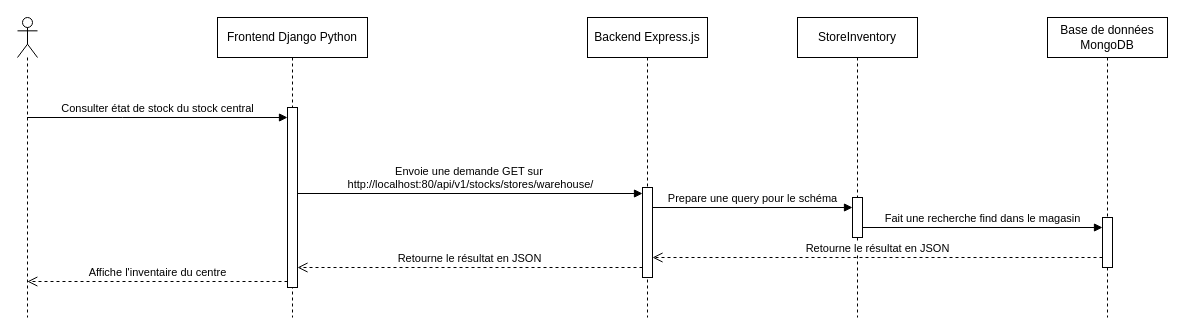
Above: docs/UML/Vues_de_processus/diag_voir_stock_magasin_mere.drawio in PraMaks/LOG430_Labo_0 (draw.io), before the change. Source tidied: cells renumbered, new cells numbered last; positions are measured from the earlier drawing's top-left corner, leaving out a move shared by most shapes. Both pictures are drawn from the tidied source at 100%, with x=0, y=0 at pixel (17, 17).
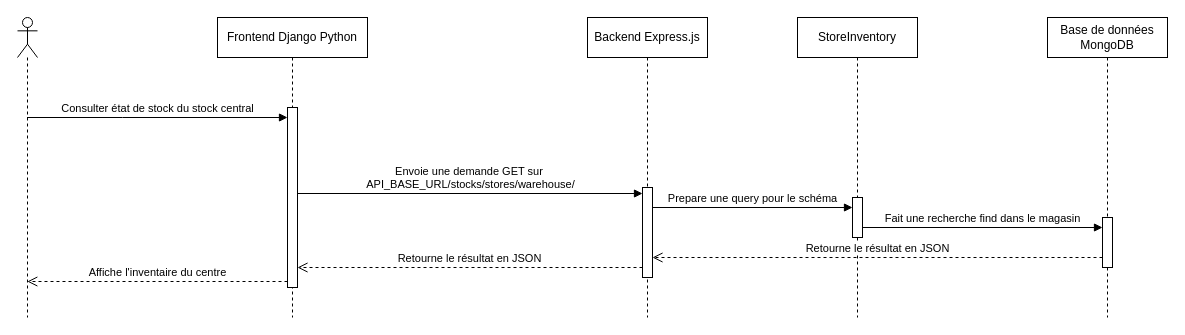
The same page after the edit.

The change refers to these unchanged cells:
```xml
<mxCell id="3" style="html=1;points=[];perimeter=orthogonalPerimeter;outlineConnect=0;targetShapes=umlLifeline;portConstraint=eastwest;newEdgeStyle={&quot;edgeStyle&quot;:&quot;elbowEdgeStyle&quot;,&quot;elbow&quot;:&quot;vertical&quot;,&quot;curved&quot;:0,&quot;rounded&quot;:0};" parent="2" vertex="1">
  <mxGeometry x="70" y="90" width="10" height="180" as="geometry" />
</mxCell>
```

What changed in the source:
```diff
@@
-    <mxCell id="12" value="Envoie une demande GET sur&amp;nbsp;&lt;div&gt;http://localhost:80/api/v1/stocks/stores/warehouse/&lt;/div&gt;" style="html=1;verticalAlign=bottom;endArrow=block;edgeStyle=elbowEdgeStyle;elbow=vertical;curved=0;rounded=0;" parent="1" edge="1" source="3">
+    <mxCell id="12" value="Envoie une demande GET sur&amp;nbsp;&lt;div&gt;API_BASE_URL/stocks/stores/warehouse/&lt;/div&gt;" style="html=1;verticalAlign=bottom;endArrow=block;edgeStyle=elbowEdgeStyle;elbow=vertical;curved=0;rounded=0;" parent="1" edge="1" source="3">
       <mxGeometry relative="1" as="geometry">
         <mxPoint x="625" y="176" as="targetPoint" />
         <Array as="points">
           <mxPoint x="385.5" y="176" />
         </Array>
       </mxGeometry>
     </mxCell>
```
